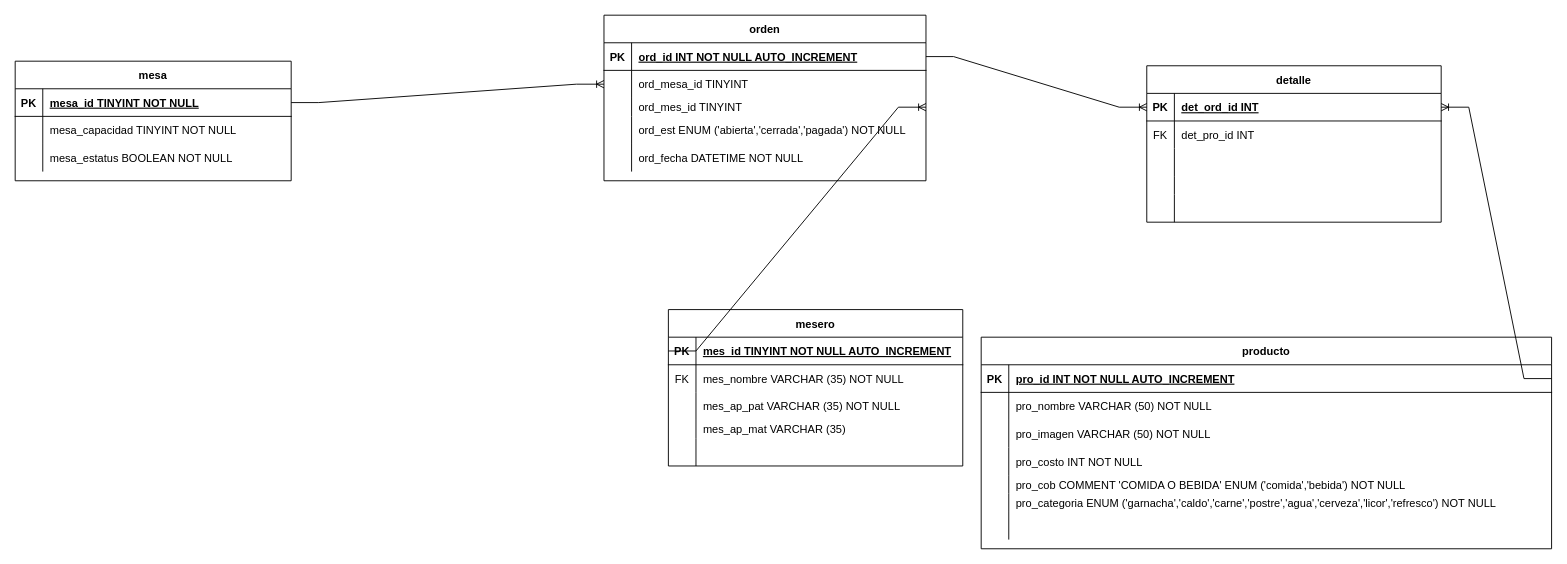
The draw.io diagram RESTAURANTE DIAGRAMA LML.drawio in JuanGdev/restaurante, before the edit. Source tidied: cells renumbered, new cells numbered last; positions are measured from the earlier drawing's top-left corner, leaving out a move shared by most shapes. Both pictures are drawn from the tidied source at 92%, with x=0, y=0 at pixel (15, 15).
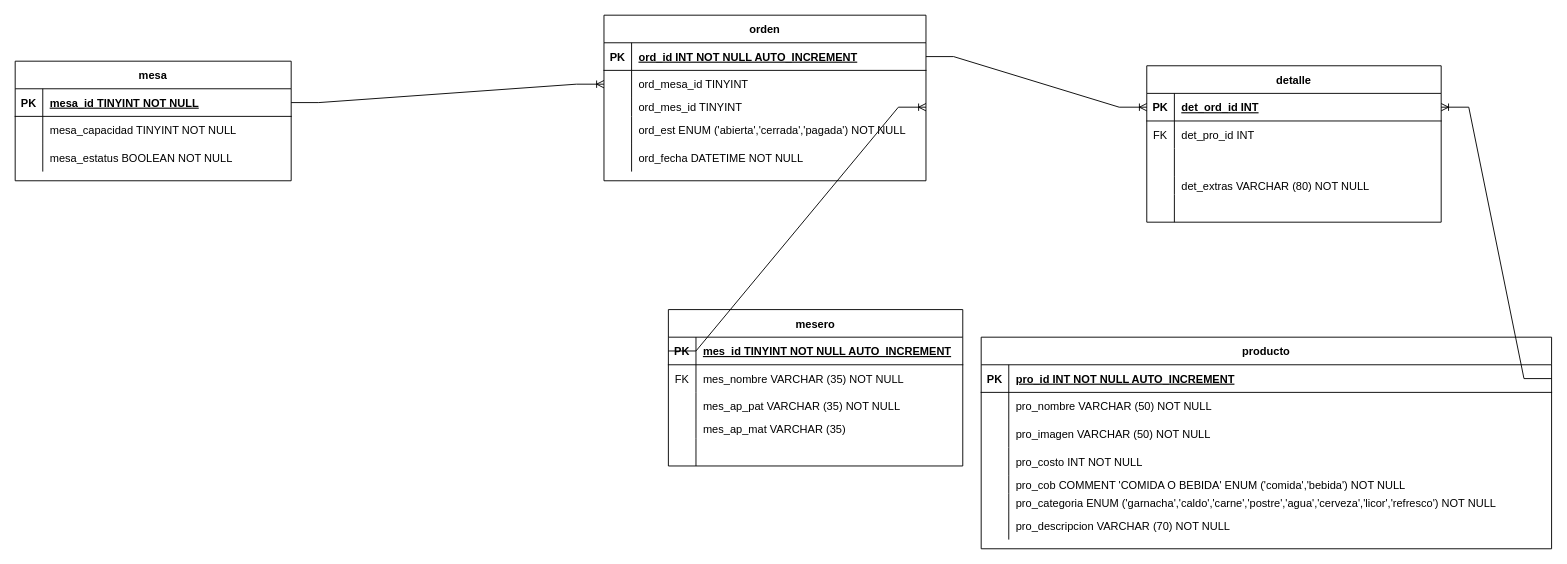
The same diagram, later.

Commit message (it also covers changes not shown here):
Versión final de la base de datos

Unchanged cells that the change refers to:
```xml
<mxCell id="37" style="shape=partialRectangle;fillColor=none;top=0;left=0;right=0;bottom=0;" parent="18" vertex="1">
  <mxGeometry y="190" width="620" height="30" as="geometry" />
</mxCell>
<mxCell id="76" style="shape=partialRectangle;fillColor=none;top=0;left=0;right=0;bottom=0;" parent="66" vertex="1">
  <mxGeometry y="120" width="320" height="20" as="geometry" />
</mxCell>
```

The edit, as a diff of the source:
```diff
@@
-    <mxCell id="39" style="shape=partialRectangle;overflow=hidden;fillColor=none;top=0;left=0;bottom=0;right=0;align=left;spacingLeft=6;" parent="37" vertex="1">
+    <mxCell id="39" value="pro_descripcion VARCHAR (70) NOT NULL" style="shape=partialRectangle;overflow=hidden;fillColor=none;top=0;left=0;bottom=0;right=0;align=left;spacingLeft=6;" parent="37" vertex="1">
       <mxGeometry x="30" width="590" height="30" as="geometry" />
     </mxCell>
@@
-    <mxCell id="78" style="shape=partialRectangle;overflow=hidden;fillColor=none;top=0;left=0;bottom=0;right=0;align=left;spacingLeft=6;" parent="76" vertex="1">
+    <mxCell id="78" value="det_extras VARCHAR (80) NOT NULL" style="shape=partialRectangle;overflow=hidden;fillColor=none;top=0;left=0;bottom=0;right=0;align=left;spacingLeft=6;" parent="76" vertex="1">
       <mxGeometry x="30" width="290" height="20" as="geometry" />
     </mxCell>
```
